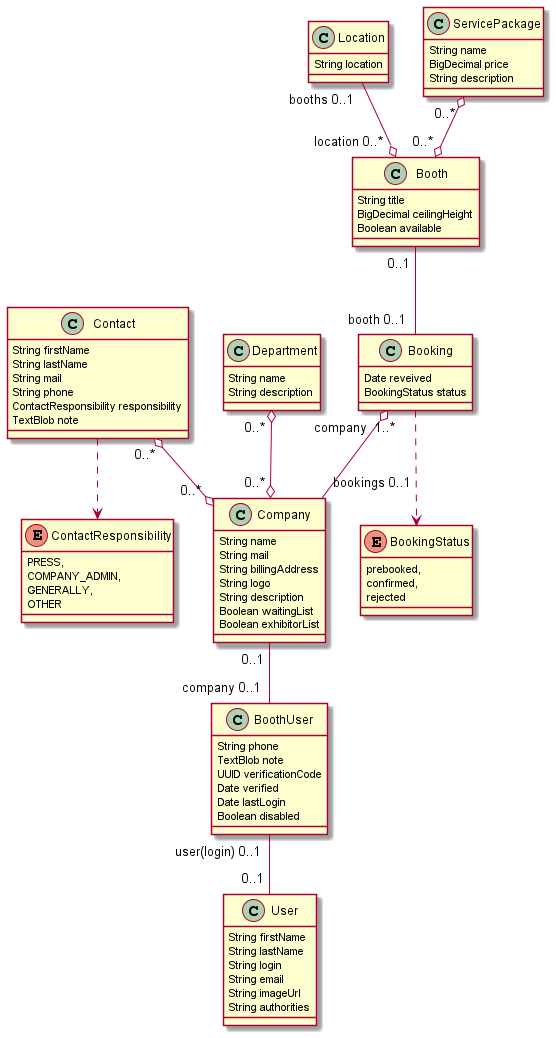
This is model.png from t-systems-on-site-services-gmbh/BookABooth, a PlantUML export, as it was before one commit.
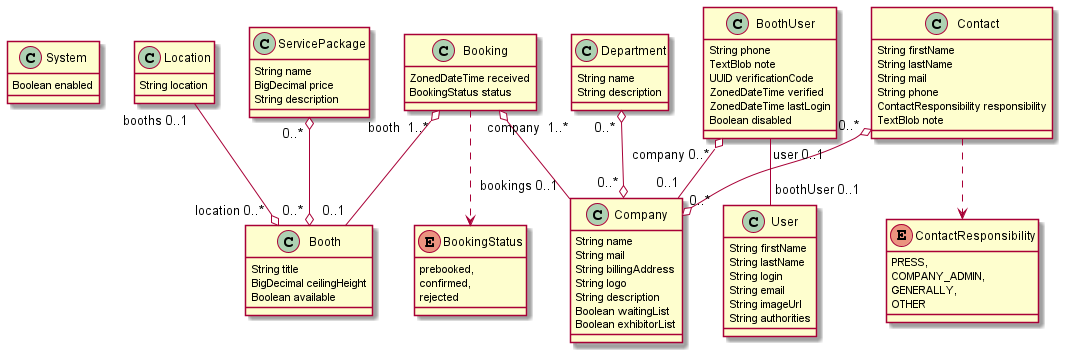
The same diagram one commit later.

Diff of the diagram source:
```diff
@@ -1,5 +1,8 @@
 @startuml
 	!pragma syntax class
+	class System  {
+		Boolean enabled
+	}
 	class Booth  {
 		String title
 		BigDecimal ceilingHeight
@@ -27,7 +30,7 @@
 		String description
 	}
 	class Booking  {
-		Date reveived
+		ZonedDateTime received
 		BookingStatus status
 	}
 	Booking ..> BookingStatus
@@ -35,8 +38,8 @@
 		String phone
 		TextBlob note
 		UUID verificationCode
-		Date verified
-		Date lastLogin
+		ZonedDateTime verified
+		ZonedDateTime lastLogin
 		Boolean disabled
 	}
 	class Contact  {
@@ -49,13 +52,13 @@
 	}
 	Contact ..> ContactResponsibility
 	Booking  "company  1..* " o-- "bookings 0..1 "  Company
+	Booking  "booth  1..* " o-- "0..1 "  Booth
+	BoothUser  "company 0..* " o-- "0..1 "  Company
 	Department  "0..* " o--o "0..* "  Company
 	Contact  "0..* " o--o "0..* "  Company
 	ServicePackage  "0..* " o--o "0..* "  Booth
 	Location  "booths 0..1 " --o "location 0..* "  Booth
-	BoothUser  "user(login) 0..1 " -- "0..1 "  User
-	Booth  "0..1 " -- "booth 0..1 "  Booking
-	Company  "0..1 " -- "company 0..1 "  BoothUser
+	BoothUser  "user 0..1 " -- "boothUser 0..1 "  User
 	enum BookingStatus {
 		prebooked,
 		confirmed,
```
